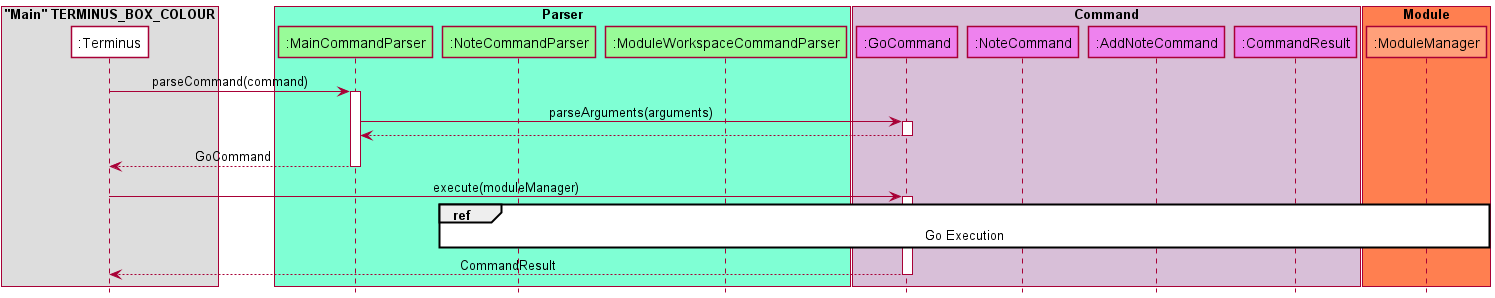
nus-cs2113-AY2122S1/tp keeps this PlantUML diagram as docs/attachments/CommandExecution.png. Above is the earlier version.
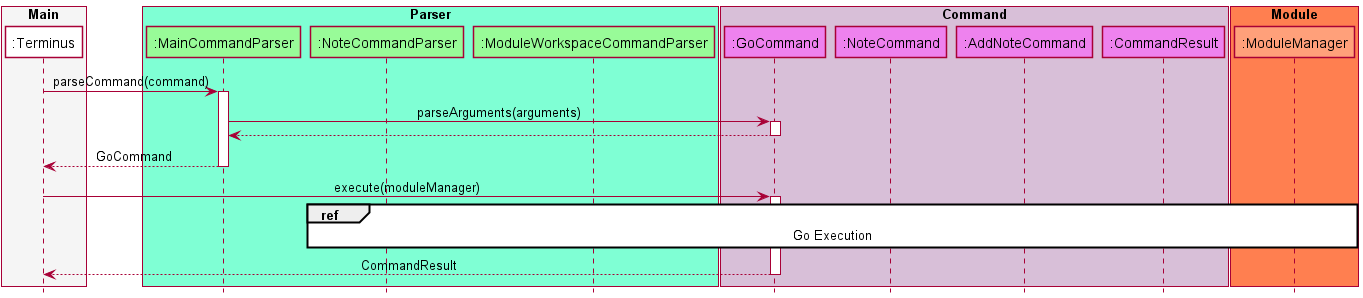
After the change.

Commit message:
Update typo in CommandExecution

What changed in the source:
```diff
@@ -1,7 +1,7 @@
 @startuml
 !include SequenceStyle.puml
-box "Main" TERMINUS_BOX_COLOUR
-participant ":Terminus" as Terminus  TERMINUS_COLOR
+box "Main" TERMINUS_BOX_COLOR
+participant ":Terminus" as Terminus TERMINUS_COLOR
 endbox
 box "Parser" PARSER_BOX_COLOR
 participant ":MainCommandParser" as MainCommandParser PARSER_COLOR
```
